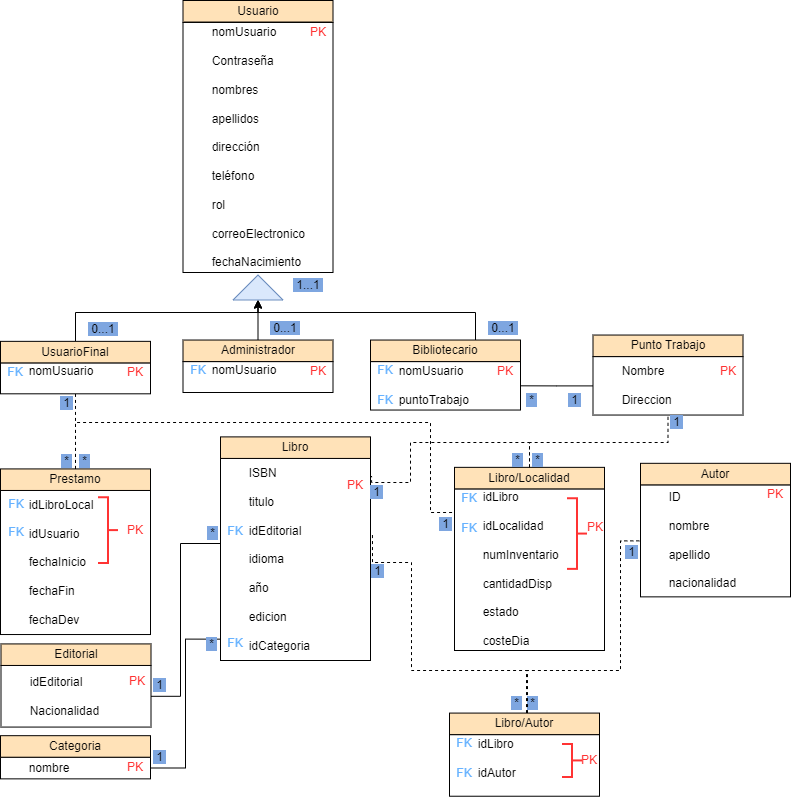
The draw.io diagram imgs/Basededatosbiblioteca.png in SneatX/Biblioteca_DS_1, before a commit. Source tidied: cells renumbered, new cells last; positions are measured from the earlier drawing's top-left corner, leaving out a move shared by most shapes.
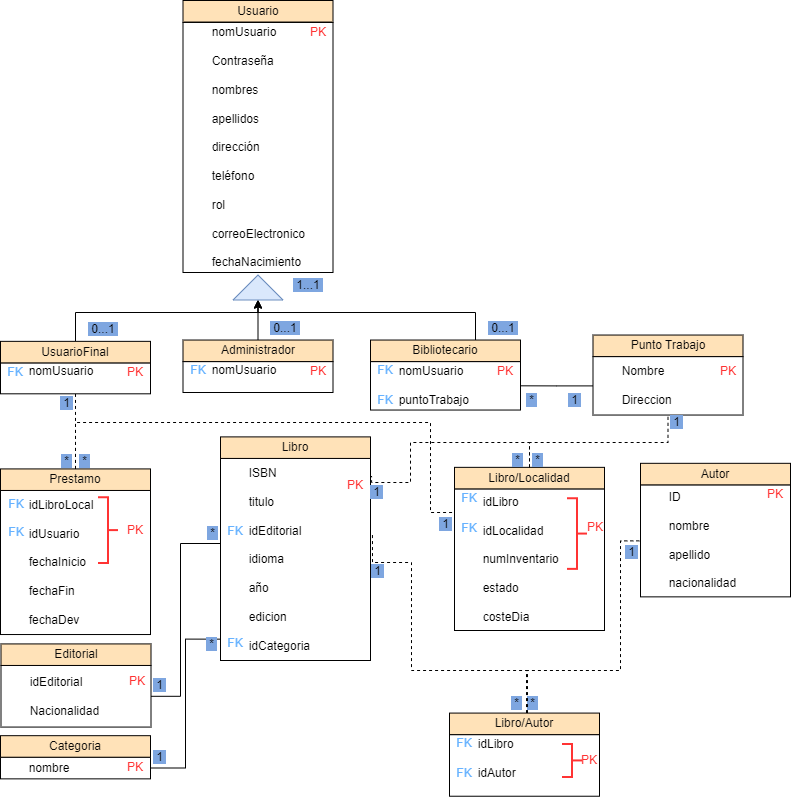
The same file after the commit.

Commit message:
fix: :bug: arreglando error en cantidad de libros cuando en realidad es un identificador para cada libro

Diff of the diagram source:
```diff
@@ -111,8 +111,8 @@
     <mxCell id="34" value="&lt;font&gt;PK&lt;/font&gt;" style="text;html=1;align=center;verticalAlign=middle;whiteSpace=wrap;rounded=0;fontColor=#FF3333;" parent="1" vertex="1">
       <mxGeometry x="340" y="475" width="30" height="20" as="geometry" />
     </mxCell>
-    <mxCell id="35" value="&lt;div&gt;&lt;span style=&quot;white-space: pre;&quot;&gt;&#9;&lt;/span&gt;idLibro&lt;br&gt;&lt;/div&gt;&lt;div&gt;&lt;span style=&quot;white-space: pre;&quot;&gt;&#9;&lt;/span&gt;&lt;br&gt;&lt;/div&gt;&lt;div&gt;&lt;span style=&quot;white-space: pre;&quot;&gt;&#9;&lt;/span&gt;idLocalidad&lt;/div&gt;&lt;div&gt;&lt;br&gt;&lt;/div&gt;&lt;div&gt;&lt;span style=&quot;white-space: pre;&quot;&gt;&#9;&lt;/span&gt;&lt;span style=&quot;background-color: initial;&quot;&gt;numInventario&lt;/span&gt;&lt;br&gt;&lt;/div&gt;&lt;div&gt;&lt;br&gt;&lt;/div&gt;&lt;div&gt;&lt;span style=&quot;white-space: pre;&quot;&gt;&#9;&lt;/span&gt;cantidadDisp&lt;/div&gt;&lt;div&gt;&lt;br&gt;&lt;/div&gt;&lt;div&gt;&lt;div&gt;&lt;span style=&quot;white-space: pre;&quot;&gt;&#9;&lt;/span&gt;estado&lt;/div&gt;&lt;div&gt;&lt;br&gt;&lt;/div&gt;&lt;div&gt;&lt;span style=&quot;white-space: pre;&quot;&gt;&#9;&lt;/span&gt;costeDia&lt;/div&gt;&lt;/div&gt;" style="rounded=0;whiteSpace=wrap;html=1;align=left;" parent="1" vertex="1">
-      <mxGeometry x="454" y="488.4" width="150" height="161.6" as="geometry" />
+    <mxCell id="35" value="&lt;div&gt;&lt;span style=&quot;white-space: pre;&quot;&gt;&#9;&lt;/span&gt;idLibro&lt;br&gt;&lt;/div&gt;&lt;div&gt;&lt;span style=&quot;white-space: pre;&quot;&gt;&#9;&lt;/span&gt;&lt;br&gt;&lt;/div&gt;&lt;div&gt;&lt;span style=&quot;white-space: pre;&quot;&gt;&#9;&lt;/span&gt;idLocalidad&lt;/div&gt;&lt;div&gt;&lt;br&gt;&lt;/div&gt;&lt;div&gt;&lt;span style=&quot;white-space: pre;&quot;&gt;&#9;&lt;/span&gt;&lt;span style=&quot;background-color: initial;&quot;&gt;numInventario&lt;/span&gt;&lt;/div&gt;&lt;div&gt;&lt;br&gt;&lt;/div&gt;&lt;div&gt;&lt;div&gt;&lt;span style=&quot;white-space: pre;&quot;&gt;&#9;&lt;/span&gt;estado&lt;/div&gt;&lt;div&gt;&lt;br&gt;&lt;/div&gt;&lt;div&gt;&lt;span style=&quot;white-space: pre;&quot;&gt;&#9;&lt;/span&gt;costeDia&lt;/div&gt;&lt;/div&gt;" style="rounded=0;whiteSpace=wrap;html=1;align=left;" parent="1" vertex="1">
+      <mxGeometry x="454" y="488.4" width="150" height="141.6" as="geometry" />
     </mxCell>
     <mxCell id="36" style="edgeStyle=orthogonalEdgeStyle;rounded=0;jettySize=auto;html=1;endArrow=none;endFill=0;dashed=1;entryX=1.007;entryY=0.087;entryDx=0;entryDy=0;entryPerimeter=0;" parent="1" edge="1" source="37" target="32">
       <mxGeometry relative="1" as="geometry">
```
